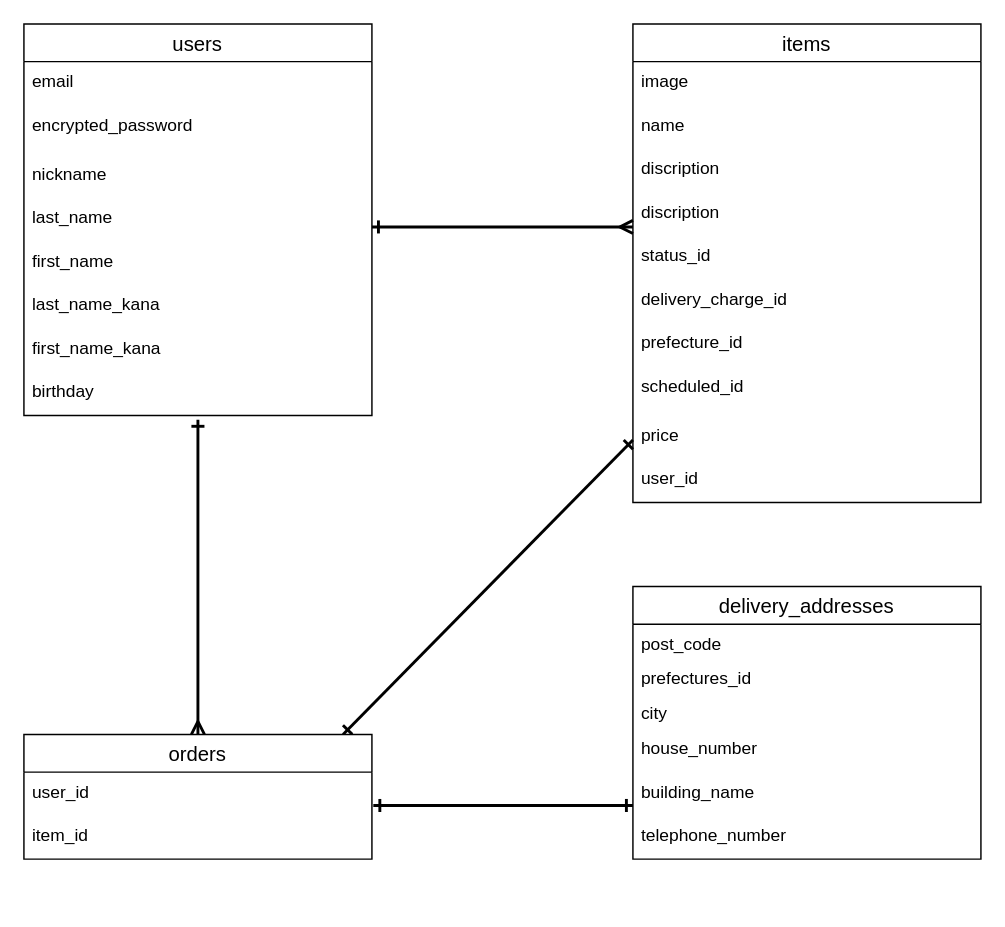
Earlier version of the draw.io diagram ER.dio (hysttt8328/furima-36515). Source tidied: cells renumbered, new cells numbered last; positions are measured from the earlier drawing's top-left corner, leaving out a move shared by most shapes. Both pictures are drawn from the tidied source at 145%, with x=0, y=0 at pixel (23, 23).
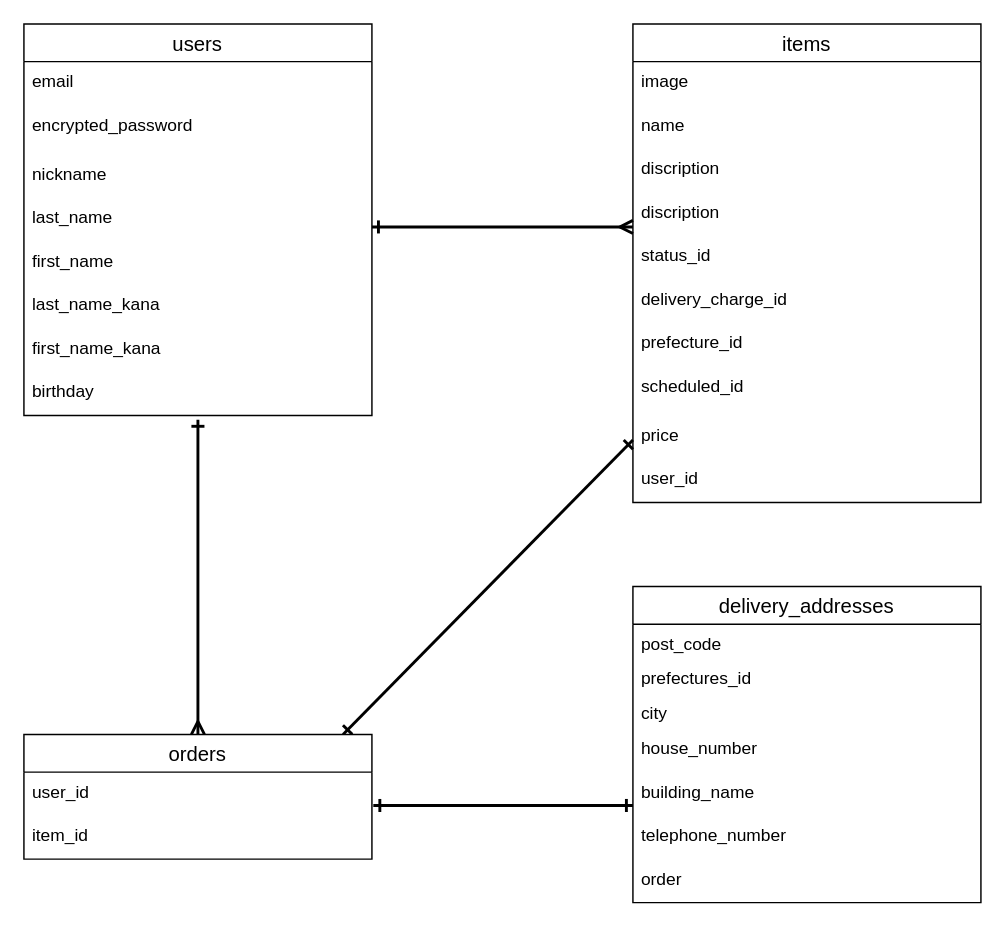
After the change.

Commit message (it also covers changes not shown here):
オーダーテーブルの定義

Change to the diagram source:
```diff
@@
     <mxCell id="24" value="delivery_addresses" style="swimlane;fontStyle=0;horizontal=1;startSize=26;align=center;fontSize=14;" parent="1" vertex="1">
-      <mxGeometry x="420" y="388" width="240" height="188" as="geometry" />
+      <mxGeometry x="420" y="388" width="240" height="218" as="geometry" />
     </mxCell>
@@
+    <mxCell id="36" value="order" style="text;strokeColor=none;fillColor=none;spacingLeft=4;spacingRight=4;overflow=hidden;fontSize=12;" parent="24" vertex="1">
+      <mxGeometry y="188" width="240" height="30" as="geometry" />
+    </mxCell>
```
